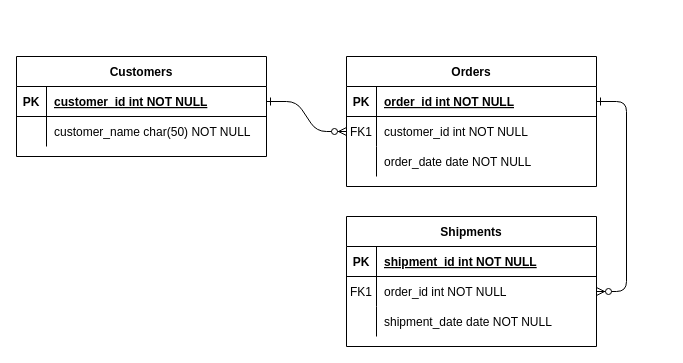
Before: Untitled Diagram.drawio in wpbindt/drawio-diagrams, a draw.io diagram. Source tidied: cells renumbered, new cells numbered last; positions are measured from the earlier drawing's top-left corner, leaving out a move shared by most shapes. Both pictures are drawn from the tidied source at 100%, with x=0, y=0 at pixel (16, 56).
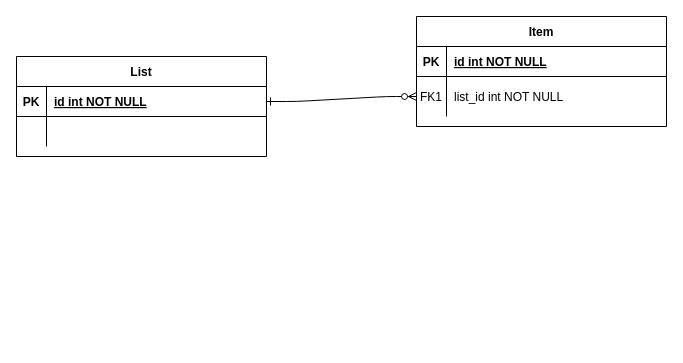
Above is the later version.

The change refers to these unchanged cells:
```xml
<mxCell id="5" style="shape=partialRectangle;fillColor=none;points=[[0,0.5],[1,0.5]];portConstraint=eastwest;top=0;left=0;right=0;bottom=1;" parent="4" vertex="1">
  <mxGeometry y="30" width="250" height="30" as="geometry" />
</mxCell>
<mxCell id="25" style="shape=partialRectangle;fillColor=none;points=[[0,0.5],[1,0.5]];portConstraint=eastwest;top=0;left=0;right=0;bottom=1;" parent="24" vertex="1">
  <mxGeometry y="30" width="250" height="30" as="geometry" />
</mxCell>
<mxCell id="28" style="shape=partialRectangle;fillColor=none;top=0;left=0;right=0;bottom=0;" parent="24" vertex="1">
  <mxGeometry y="60" width="250" height="30" as="geometry" />
</mxCell>
```

Change to the diagram source:
```diff
@@
-    <mxCell id="3" style="edgeStyle=entityRelationEdgeStyle;endArrow=ERzeroToMany;startArrow=ERone;endFill=1;startFill=0;" parent="1" edge="1" source="5" target="18">
-      <mxGeometry relative="1" as="geometry" />
-    </mxCell>
-    <mxCell id="4" value="Orders" style="shape=table;startSize=30;childLayout=tableLayout;rowLines=0;fontStyle=1;align=center;" parent="1" vertex="1">
-      <mxGeometry x="330" width="250" height="130" as="geometry" />
+    <mxCell id="4" value="Item" style="shape=table;startSize=30;childLayout=tableLayout;rowLines=0;fontStyle=1;align=center;" parent="1" vertex="1">
+      <mxGeometry x="400" y="-40" width="250" height="110" as="geometry" />
     </mxCell>
@@
-    <mxCell id="7" value="order_id int NOT NULL " style="shape=partialRectangle;overflow=hidden;fillColor=none;top=0;left=0;bottom=0;right=0;align=left;spacingLeft=6;fontStyle=5;" parent="5" vertex="1">
+    <mxCell id="7" value="id int NOT NULL " style="shape=partialRectangle;overflow=hidden;fillColor=none;top=0;left=0;bottom=0;right=0;align=left;spacingLeft=6;fontStyle=5;" parent="5" vertex="1">
       <mxGeometry x="30" width="220" height="30" as="geometry" />
     </mxCell>
     <mxCell id="8" style="shape=partialRectangle;fillColor=none;points=[[0,0.5],[1,0.5]];portConstraint=eastwest;top=0;left=0;right=0;bottom=0;" parent="4" vertex="1">
-      <mxGeometry y="60" width="250" height="30" as="geometry" />
+      <mxGeometry y="60" width="250" height="40" as="geometry" />
     </mxCell>
     <mxCell id="9" value="FK1" style="shape=partialRectangle;overflow=hidden;fillColor=none;top=0;left=0;bottom=0;right=0;" parent="8" vertex="1">
-      <mxGeometry width="30" height="30" as="geometry" />
+      <mxGeometry width="30" height="40" as="geometry" />
     </mxCell>
-    <mxCell id="10" value="customer_id int NOT NULL" style="shape=partialRectangle;overflow=hidden;fillColor=none;top=0;left=0;bottom=0;right=0;align=left;spacingLeft=6;" parent="8" vertex="1">
-      <mxGeometry x="30" width="220" height="30" as="geometry" />
+    <mxCell id="10" value="list_id int NOT NULL" style="shape=partialRectangle;overflow=hidden;fillColor=none;top=0;left=0;bottom=0;right=0;align=left;spacingLeft=6;" parent="8" vertex="1">
+      <mxGeometry x="30" width="220" height="40" as="geometry" />
     </mxCell>
-    <mxCell id="11" style="shape=partialRectangle;fillColor=none;top=0;left=0;right=0;bottom=0;" parent="4" vertex="1">
-      <mxGeometry y="90" width="250" height="30" as="geometry" />
-    </mxCell>
-    <mxCell id="12" style="shape=partialRectangle;overflow=hidden;fillColor=none;top=0;left=0;bottom=0;right=0;" parent="11" vertex="1">
-      <mxGeometry width="30" height="30" as="geometry" />
-    </mxCell>
-    <mxCell id="13" value="order_date date NOT NULL" style="shape=partialRectangle;overflow=hidden;fillColor=none;top=0;left=0;bottom=0;right=0;align=left;spacingLeft=6;" parent="11" vertex="1">
-      <mxGeometry x="30" width="220" height="30" as="geometry" />
-    </mxCell>
-    <mxCell id="14" value="Shipments" style="shape=table;startSize=30;childLayout=tableLayout;rowLines=0;fontStyle=1;align=center;" parent="1" vertex="1">
-      <mxGeometry x="330" y="160" width="250" height="130" as="geometry" />
-    </mxCell>
-    <mxCell id="15" style="shape=partialRectangle;fillColor=none;top=0;left=0;right=0;bottom=1;" parent="14" vertex="1">
-      <mxGeometry y="30" width="250" height="30" as="geometry" />
-    </mxCell>
-    <mxCell id="16" value="PK" style="shape=partialRectangle;overflow=hidden;fillColor=none;top=0;left=0;bottom=0;right=0;fontStyle=1;" parent="15" vertex="1">
-      <mxGeometry width="30" height="30" as="geometry" />
-    </mxCell>
-    <mxCell id="17" value="shipment_id int NOT NULL " style="shape=partialRectangle;overflow=hidden;fillColor=none;top=0;left=0;bottom=0;right=0;align=left;spacingLeft=6;fontStyle=5;" parent="15" vertex="1">
-      <mxGeometry x="30" width="220" height="30" as="geometry" />
-    </mxCell>
-    <mxCell id="18" style="shape=partialRectangle;fillColor=none;points=[[0,0.5],[1,0.5]];portConstraint=eastwest;top=0;left=0;right=0;bottom=0;" parent="14" vertex="1">
-      <mxGeometry y="60" width="250" height="30" as="geometry" />
-    </mxCell>
-    <mxCell id="19" value="FK1" style="shape=partialRectangle;overflow=hidden;fillColor=none;top=0;left=0;bottom=0;right=0;" parent="18" vertex="1">
-      <mxGeometry width="30" height="30" as="geometry" />
-    </mxCell>
-    <mxCell id="20" value="order_id int NOT NULL" style="shape=partialRectangle;overflow=hidden;fillColor=none;top=0;left=0;bottom=0;right=0;align=left;spacingLeft=6;" parent="18" vertex="1">
-      <mxGeometry x="30" width="220" height="30" as="geometry" />
-    </mxCell>
-    <mxCell id="21" style="shape=partialRectangle;fillColor=none;top=0;left=0;right=0;bottom=0;" parent="14" vertex="1">
-      <mxGeometry y="90" width="250" height="30" as="geometry" />
-    </mxCell>
-    <mxCell id="22" style="shape=partialRectangle;overflow=hidden;fillColor=none;top=0;left=0;bottom=0;right=0;" parent="21" vertex="1">
-      <mxGeometry width="30" height="30" as="geometry" />
-    </mxCell>
-    <mxCell id="23" value="shipment_date date NOT NULL" style="shape=partialRectangle;overflow=hidden;fillColor=none;top=0;left=0;bottom=0;right=0;align=left;spacingLeft=6;" parent="21" vertex="1">
-      <mxGeometry x="30" width="220" height="30" as="geometry" />
-    </mxCell>
-    <mxCell id="24" value="Customers" style="shape=table;startSize=30;childLayout=tableLayout;rowLines=0;fontStyle=1;align=center;" parent="1" vertex="1">
+    <mxCell id="24" value="List" style="shape=table;startSize=30;childLayout=tableLayout;rowLines=0;fontStyle=1;align=center;" parent="1" vertex="1">
       <mxGeometry width="250" height="100" as="geometry" />
     </mxCell>
@@
-    <mxCell id="27" value="customer_id int NOT NULL " style="shape=partialRectangle;overflow=hidden;fillColor=none;top=0;left=0;bottom=0;right=0;align=left;spacingLeft=6;fontStyle=5;" parent="25" vertex="1">
+    <mxCell id="27" value="id int NOT NULL " style="shape=partialRectangle;overflow=hidden;fillColor=none;top=0;left=0;bottom=0;right=0;align=left;spacingLeft=6;fontStyle=5;" parent="25" vertex="1">
       <mxGeometry x="30" width="220" height="30" as="geometry" />
     </mxCell>
@@
-    <mxCell id="30" value="customer_name char(50) NOT NULL" style="shape=partialRectangle;overflow=hidden;fillColor=none;top=0;left=0;bottom=0;right=0;align=left;spacingLeft=6;" parent="28" vertex="1">
+    <mxCell id="30" value="   " style="shape=partialRectangle;overflow=hidden;fillColor=none;top=0;left=0;bottom=0;right=0;align=left;spacingLeft=6;" parent="28" vertex="1">
       <mxGeometry x="30" width="220" height="30" as="geometry" />
     </mxCell>
```
